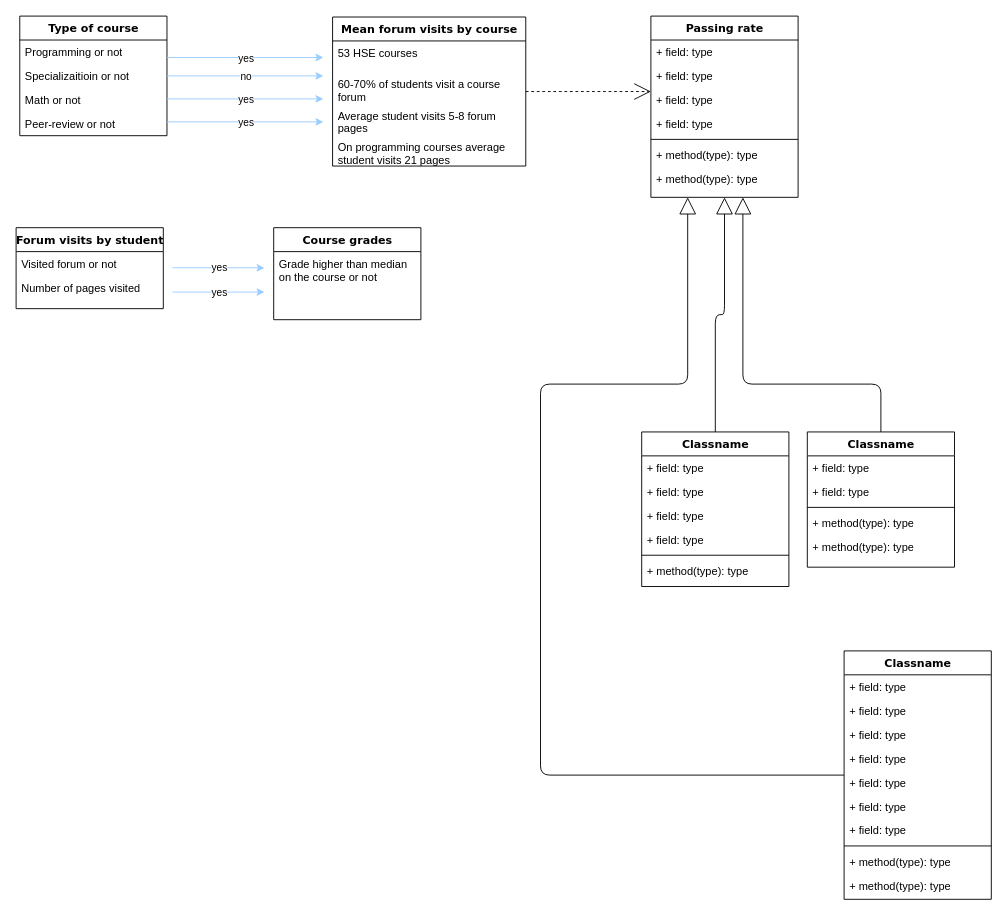
The draw.io diagram Results.drawio in vladdez/HSE_MOOC_forums_analytics, before the edit. Source tidied: cells renumbered, new cells numbered last; positions are measured from the earlier drawing's top-left corner, leaving out a move shared by most shapes. Both pictures are drawn from the tidied source at 92%, with x=0, y=0 at pixel (16, 16).
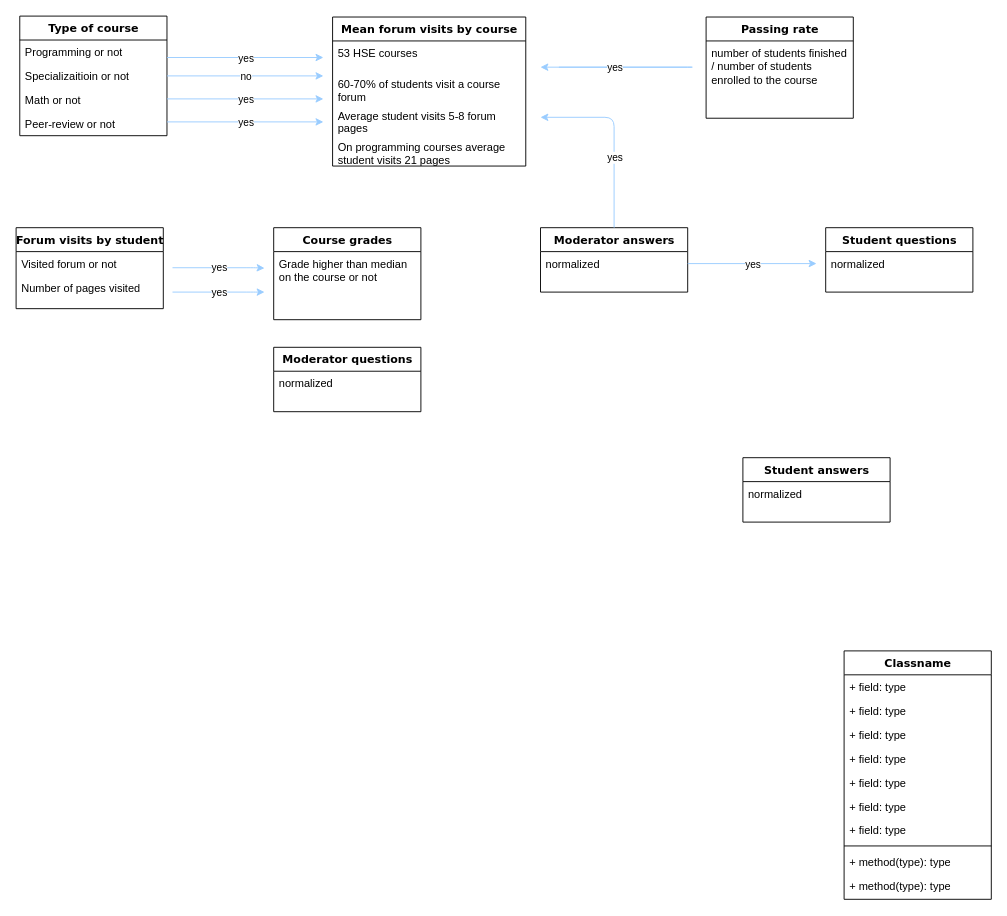
The same diagram, later.

Unchanged cells that the change refers to:
```xml
<mxCell id="8" value="Mean forum visits by course" style="swimlane;html=1;fontStyle=1;align=center;verticalAlign=top;horizontal=1;startSize=26;swimlaneFillColor=#ffffff;rounded=0;shadow=0;comic=0;labelBackgroundColor=none;strokeWidth=1;fillColor=none;fontFamily=Verdana;fontSize=12;" parent="1" vertex="1">
  <mxGeometry x="344" y="1" width="210" height="162" as="geometry" />
</mxCell>
<mxCell id="27" value="Classname" style="swimlane;html=1;fontStyle=1;align=center;verticalAlign=top;horizontal=1;startSize=26;swimlaneFillColor=#ffffff;rounded=0;shadow=0;comic=0;labelBackgroundColor=none;strokeWidth=1;fillColor=none;fontFamily=Verdana;fontSize=12;" parent="1" vertex="1">
  <mxGeometry x="900" y="690" width="160" height="270" as="geometry" />
</mxCell>
```

What changed in the source:
```diff
@@
-    <mxCell id="7" style="edgeStyle=elbowEdgeStyle;html=1;labelBackgroundColor=none;startFill=0;startSize=8;endArrow=open;endFill=0;endSize=16;fontFamily=Verdana;fontSize=12;elbow=vertical;dashed=1;" parent="1" edge="1" source="8" target="13">
-      <mxGeometry relative="1" as="geometry" />
-    </mxCell>
@@
     <mxCell id="13" value="Passing rate" style="swimlane;html=1;fontStyle=1;align=center;verticalAlign=top;horizontal=1;startSize=26;swimlaneFillColor=#ffffff;rounded=0;shadow=0;comic=0;labelBackgroundColor=none;strokeWidth=1;fillColor=none;fontFamily=Verdana;fontSize=12;" parent="1" vertex="1">
-      <mxGeometry x="690" width="160" height="197" as="geometry" />
+      <mxGeometry x="750" y="1" width="160" height="110" as="geometry" />
     </mxCell>
-    <mxCell id="14" value="+ field: type" style="text;html=1;strokeColor=none;fillColor=none;align=left;verticalAlign=top;spacingLeft=4;spacingRight=4;whiteSpace=wrap;overflow=hidden;" parent="13" vertex="1">
-      <mxGeometry y="26" width="160" height="26" as="geometry" />
+    <mxCell id="14" value="number of students finished / number of students enrolled to the course" style="text;html=1;strokeColor=none;fillColor=none;align=left;verticalAlign=top;spacingLeft=4;spacingRight=4;whiteSpace=wrap;overflow=hidden;" parent="13" vertex="1">
+      <mxGeometry y="26" width="160" height="54" as="geometry" />
     </mxCell>
-    <mxCell id="15" value="+ field: type" style="text;html=1;strokeColor=none;fillColor=none;align=left;verticalAlign=top;spacingLeft=4;spacingRight=4;whiteSpace=wrap;overflow=hidden;" parent="13" vertex="1">
-      <mxGeometry y="52" width="160" height="26" as="geometry" />
-    </mxCell>
-    <mxCell id="16" value="+ field: type" style="text;html=1;strokeColor=none;fillColor=none;align=left;verticalAlign=top;spacingLeft=4;spacingRight=4;whiteSpace=wrap;overflow=hidden;" parent="13" vertex="1">
-      <mxGeometry y="78" width="160" height="26" as="geometry" />
-    </mxCell>
-    <mxCell id="17" value="+ field: type" style="text;html=1;strokeColor=none;fillColor=none;align=left;verticalAlign=top;spacingLeft=4;spacingRight=4;whiteSpace=wrap;overflow=hidden;" parent="13" vertex="1">
-      <mxGeometry y="104" width="160" height="26" as="geometry" />
-    </mxCell>
-    <mxCell id="18" style="line;html=1;strokeWidth=1;fillColor=none;align=left;verticalAlign=middle;spacingTop=-1;spacingLeft=3;spacingRight=3;labelPosition=right;" parent="13" vertex="1">
-      <mxGeometry y="130" width="160" height="8" as="geometry" />
-    </mxCell>
-    <mxCell id="19" value="+ method(type): type" style="text;html=1;strokeColor=none;fillColor=none;align=left;verticalAlign=top;spacingLeft=4;spacingRight=4;whiteSpace=wrap;overflow=hidden;" parent="13" vertex="1">
-      <mxGeometry y="138" width="160" height="26" as="geometry" />
-    </mxCell>
-    <mxCell id="20" value="+ method(type): type" style="text;html=1;strokeColor=none;fillColor=none;align=left;verticalAlign=top;spacingLeft=4;spacingRight=4;whiteSpace=wrap;overflow=hidden;" parent="13" vertex="1">
-      <mxGeometry y="164" width="160" height="26" as="geometry" />
-    </mxCell>
@@
-    <mxCell id="26" style="edgeStyle=orthogonalEdgeStyle;html=1;labelBackgroundColor=none;startFill=0;startSize=8;endArrow=block;endFill=0;endSize=16;fontFamily=Verdana;fontSize=12;" parent="1" edge="1" source="27" target="13">
-      <mxGeometry relative="1" as="geometry">
-        <Array as="points">
-          <mxPoint x="570" y="400" />
-          <mxPoint x="730" y="400" />
-        </Array>
-      </mxGeometry>
-    </mxCell>
@@
-    <mxCell id="38" style="edgeStyle=orthogonalEdgeStyle;html=1;labelBackgroundColor=none;startFill=0;startSize=8;endArrow=block;endFill=0;endSize=16;fontFamily=Verdana;fontSize=12;" parent="1" edge="1" source="39" target="13">
-      <mxGeometry relative="1" as="geometry" />
-    </mxCell>
-    <mxCell id="39" value="Classname" style="swimlane;html=1;fontStyle=1;align=center;verticalAlign=top;horizontal=1;startSize=26;swimlaneFillColor=#ffffff;rounded=0;shadow=0;comic=0;labelBackgroundColor=none;strokeWidth=1;fillColor=none;fontFamily=Verdana;fontSize=12;" parent="1" vertex="1">
-      <mxGeometry x="680" y="452" width="160" height="168" as="geometry" />
+    <mxCell id="39" value="Moderator questions" style="swimlane;html=1;fontStyle=1;align=center;verticalAlign=top;horizontal=1;startSize=26;swimlaneFillColor=#ffffff;rounded=0;shadow=0;comic=0;labelBackgroundColor=none;strokeWidth=1;fillColor=none;fontFamily=Verdana;fontSize=12;" parent="1" vertex="1">
+      <mxGeometry x="280" y="360" width="160" height="70" as="geometry" />
     </mxCell>
-    <mxCell id="40" value="+ field: type" style="text;html=1;strokeColor=none;fillColor=none;align=left;verticalAlign=top;spacingLeft=4;spacingRight=4;whiteSpace=wrap;overflow=hidden;" parent="39" vertex="1">
+    <mxCell id="40" value="normalized" style="text;html=1;strokeColor=none;fillColor=none;align=left;verticalAlign=top;spacingLeft=4;spacingRight=4;whiteSpace=wrap;overflow=hidden;" parent="39" vertex="1">
       <mxGeometry y="26" width="160" height="26" as="geometry" />
     </mxCell>
-    <mxCell id="41" value="+ field: type" style="text;html=1;strokeColor=none;fillColor=none;align=left;verticalAlign=top;spacingLeft=4;spacingRight=4;whiteSpace=wrap;overflow=hidden;" parent="39" vertex="1">
-      <mxGeometry y="52" width="160" height="26" as="geometry" />
-    </mxCell>
-    <mxCell id="42" value="+ field: type" style="text;html=1;strokeColor=none;fillColor=none;align=left;verticalAlign=top;spacingLeft=4;spacingRight=4;whiteSpace=wrap;overflow=hidden;" parent="39" vertex="1">
-      <mxGeometry y="78" width="160" height="26" as="geometry" />
-    </mxCell>
-    <mxCell id="43" value="+ field: type" style="text;html=1;strokeColor=none;fillColor=none;align=left;verticalAlign=top;spacingLeft=4;spacingRight=4;whiteSpace=wrap;overflow=hidden;" parent="39" vertex="1">
-      <mxGeometry y="104" width="160" height="26" as="geometry" />
-    </mxCell>
-    <mxCell id="44" style="line;html=1;strokeWidth=1;fillColor=none;align=left;verticalAlign=middle;spacingTop=-1;spacingLeft=3;spacingRight=3;labelPosition=right;" parent="39" vertex="1">
-      <mxGeometry y="130" width="160" height="8" as="geometry" />
-    </mxCell>
-    <mxCell id="45" value="+ method(type): type" style="text;html=1;strokeColor=none;fillColor=none;align=left;verticalAlign=top;spacingLeft=4;spacingRight=4;whiteSpace=wrap;overflow=hidden;" parent="39" vertex="1">
-      <mxGeometry y="138" width="160" height="26" as="geometry" />
-    </mxCell>
-    <mxCell id="46" style="edgeStyle=orthogonalEdgeStyle;html=1;labelBackgroundColor=none;startFill=0;startSize=8;endArrow=block;endFill=0;endSize=16;fontFamily=Verdana;fontSize=12;" parent="1" edge="1" source="47" target="13">
-      <mxGeometry relative="1" as="geometry">
-        <Array as="points">
-          <mxPoint x="940" y="400" />
-          <mxPoint x="790" y="400" />
-        </Array>
-      </mxGeometry>
-    </mxCell>
-    <mxCell id="47" value="Classname" style="swimlane;html=1;fontStyle=1;align=center;verticalAlign=top;horizontal=1;startSize=26;swimlaneFillColor=#ffffff;rounded=0;shadow=0;comic=0;labelBackgroundColor=none;strokeWidth=1;fillColor=none;fontFamily=Verdana;fontSize=12;" parent="1" vertex="1">
-      <mxGeometry x="860" y="452" width="160" height="147" as="geometry" />
+    <mxCell id="47" value="Moderator answers" style="swimlane;html=1;fontStyle=1;align=center;verticalAlign=top;horizontal=1;startSize=26;swimlaneFillColor=#ffffff;rounded=0;shadow=0;comic=0;labelBackgroundColor=none;strokeWidth=1;fillColor=none;fontFamily=Verdana;fontSize=12;" parent="1" vertex="1">
+      <mxGeometry x="570" y="230" width="160" height="70" as="geometry" />
     </mxCell>
-    <mxCell id="48" value="+ field: type" style="text;html=1;strokeColor=none;fillColor=none;align=left;verticalAlign=top;spacingLeft=4;spacingRight=4;whiteSpace=wrap;overflow=hidden;points=[[0,0.5],[1,0.5]];portConstraint=eastwest;" parent="47" vertex="1">
+    <mxCell id="48" value="normalized" style="text;html=1;strokeColor=none;fillColor=none;align=left;verticalAlign=top;spacingLeft=4;spacingRight=4;whiteSpace=wrap;overflow=hidden;points=[[0,0.5],[1,0.5]];portConstraint=eastwest;" parent="47" vertex="1">
       <mxGeometry y="26" width="160" height="26" as="geometry" />
     </mxCell>
-    <mxCell id="49" value="+ field: type" style="text;html=1;strokeColor=none;fillColor=none;align=left;verticalAlign=top;spacingLeft=4;spacingRight=4;whiteSpace=wrap;overflow=hidden;" parent="47" vertex="1">
-      <mxGeometry y="52" width="160" height="26" as="geometry" />
-    </mxCell>
-    <mxCell id="50" style="line;html=1;strokeWidth=1;fillColor=none;align=left;verticalAlign=middle;spacingTop=-1;spacingLeft=3;spacingRight=3;labelPosition=right;" parent="47" vertex="1">
-      <mxGeometry y="78" width="160" height="8" as="geometry" />
-    </mxCell>
-    <mxCell id="51" value="+ method(type): type" style="text;html=1;strokeColor=none;fillColor=none;align=left;verticalAlign=top;spacingLeft=4;spacingRight=4;whiteSpace=wrap;overflow=hidden;" parent="47" vertex="1">
-      <mxGeometry y="86" width="160" height="26" as="geometry" />
-    </mxCell>
-    <mxCell id="52" value="+ method(type): type" style="text;html=1;strokeColor=none;fillColor=none;align=left;verticalAlign=top;spacingLeft=4;spacingRight=4;whiteSpace=wrap;overflow=hidden;" parent="47" vertex="1">
-      <mxGeometry y="112" width="160" height="26" as="geometry" />
-    </mxCell>
@@
+    <mxCell id="65" style="endArrow=classic;html=1;strokeColor=#99CCFF;fillColor=#E6D0DE;" parent="1" edge="1">
+      <mxGeometry relative="1" as="geometry">
+        <mxPoint x="590" y="55.5" as="sourcePoint" />
+        <mxPoint x="570" y="55.5" as="targetPoint" />
+        <Array as="points">
+          <mxPoint x="740" y="55.5" />
+        </Array>
+      </mxGeometry>
+    </mxCell>
+    <mxCell id="66" value="yes" style="edgeLabel;html=1;align=center;verticalAlign=middle;" parent="65" vertex="1">
+      <mxGeometry relative="1" as="geometry">
+        <mxPoint x="-80" as="offset" />
+      </mxGeometry>
+    </mxCell>
+    <mxCell id="67" value="Student answers" style="swimlane;html=1;fontStyle=1;align=center;verticalAlign=top;horizontal=1;startSize=26;swimlaneFillColor=#ffffff;rounded=0;shadow=0;comic=0;labelBackgroundColor=none;strokeWidth=1;fillColor=none;fontFamily=Verdana;fontSize=12;" parent="1" vertex="1">
+      <mxGeometry x="790" y="480" width="160" height="70" as="geometry" />
+    </mxCell>
+    <mxCell id="68" value="normalized" style="text;html=1;strokeColor=none;fillColor=none;align=left;verticalAlign=top;spacingLeft=4;spacingRight=4;whiteSpace=wrap;overflow=hidden;" parent="67" vertex="1">
+      <mxGeometry y="26" width="160" height="26" as="geometry" />
+    </mxCell>
+    <mxCell id="69" value="Student questions" style="swimlane;html=1;fontStyle=1;align=center;verticalAlign=top;horizontal=1;startSize=26;swimlaneFillColor=#ffffff;rounded=0;shadow=0;comic=0;labelBackgroundColor=none;strokeWidth=1;fillColor=none;fontFamily=Verdana;fontSize=12;" parent="1" vertex="1">
+      <mxGeometry x="880" y="230" width="160" height="70" as="geometry" />
+    </mxCell>
+    <mxCell id="70" value="normalized" style="text;html=1;strokeColor=none;fillColor=none;align=left;verticalAlign=top;spacingLeft=4;spacingRight=4;whiteSpace=wrap;overflow=hidden;" parent="69" vertex="1">
+      <mxGeometry y="26" width="160" height="26" as="geometry" />
+    </mxCell>
+    <mxCell id="71" style="endArrow=classic;html=1;strokeColor=#99CCFF;fillColor=#E6D0DE;exitX=0.5;exitY=0;exitDx=0;exitDy=0;" parent="1" edge="1" source="47">
+      <mxGeometry relative="1" as="geometry">
+        <mxPoint x="570" y="110" as="targetPoint" />
+        <Array as="points">
+          <mxPoint x="650" y="110" />
+        </Array>
+      </mxGeometry>
+    </mxCell>
+    <mxCell id="72" value="yes" style="edgeLabel;html=1;align=center;verticalAlign=middle;" parent="71" vertex="1">
+      <mxGeometry relative="1" as="geometry">
+        <mxPoint y="23" as="offset" />
+      </mxGeometry>
+    </mxCell>
+    <mxCell id="73" style="endArrow=classic;html=1;strokeColor=#99CCFF;fillColor=#E6D0DE;exitX=1;exitY=0.5;exitDx=0;exitDy=0;" parent="1" edge="1" source="48">
+      <mxGeometry relative="1" as="geometry">
+        <mxPoint x="870" y="269" as="targetPoint" />
+      </mxGeometry>
+    </mxCell>
+    <mxCell id="74" value="yes" style="edgeLabel;html=1;align=center;verticalAlign=middle;" parent="73" vertex="1">
+      <mxGeometry relative="1" as="geometry" />
+    </mxCell>
```
